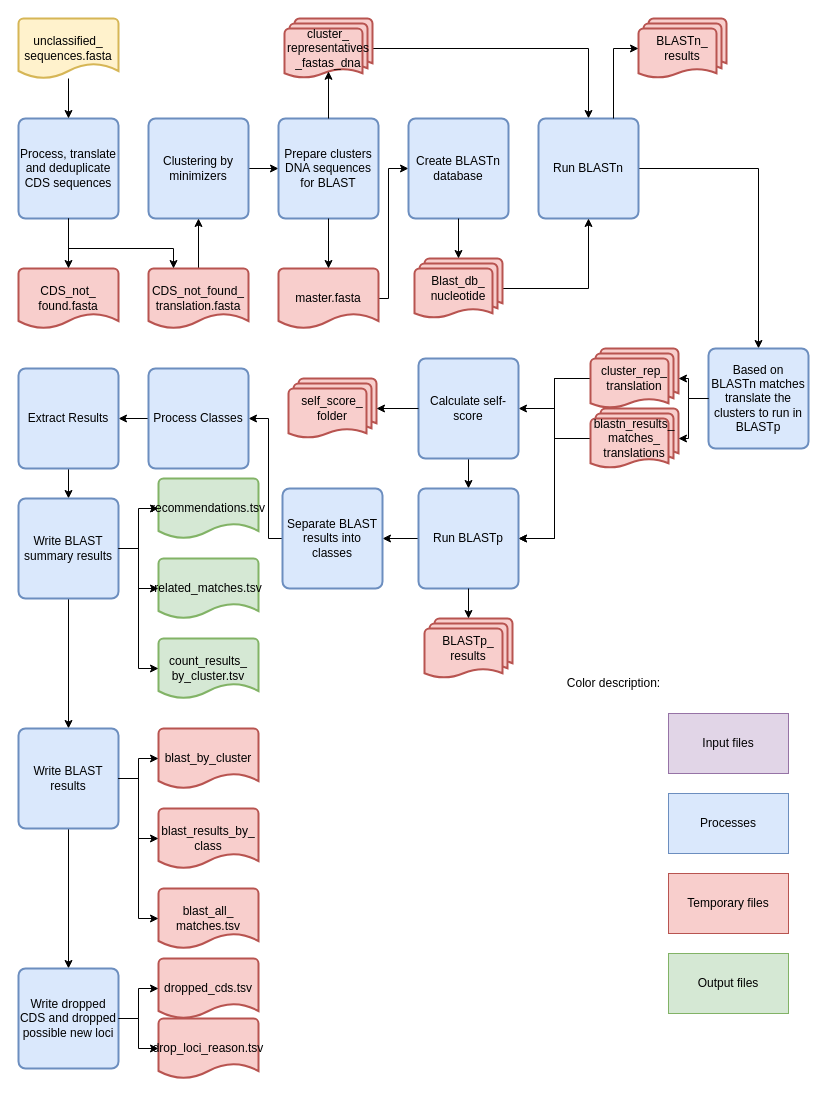
The draw.io diagram SchemaRefinery/docs/user/modules/source/IdentifySpuriousGenes_unclassifiedCDS.drawio in B-UMMI/Schema_Refinery, before the edit. Source tidied: cells renumbered, new cells numbered last; positions are measured from the earlier drawing's top-left corner, leaving out a move shared by most shapes. Both pictures are drawn from the tidied source at 100%, with x=0, y=0 at pixel (18, 18).
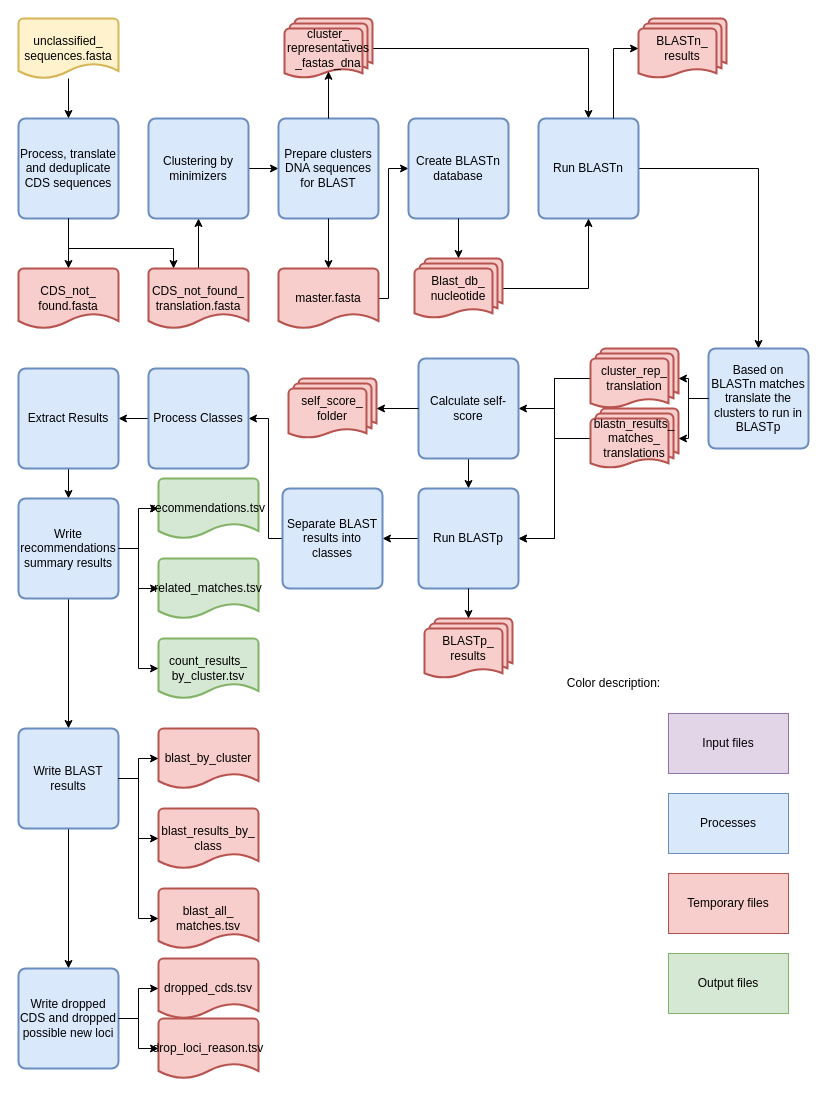
Above is the later version.

Diff of the diagram source:
```diff
@@
-    <mxCell id="51" value="Write BLAST summary results" style="rounded=1;whiteSpace=wrap;html=1;absoluteArcSize=1;arcSize=14;strokeWidth=2;fillColor=#dae8fc;strokeColor=#6c8ebf;" parent="1" vertex="1">
+    <mxCell id="51" value="Write recommendations summary results" style="rounded=1;whiteSpace=wrap;html=1;absoluteArcSize=1;arcSize=14;strokeWidth=2;fillColor=#dae8fc;strokeColor=#6c8ebf;" parent="1" vertex="1">
       <mxGeometry y="480" width="100" height="100" as="geometry" />
     </mxCell>
```
